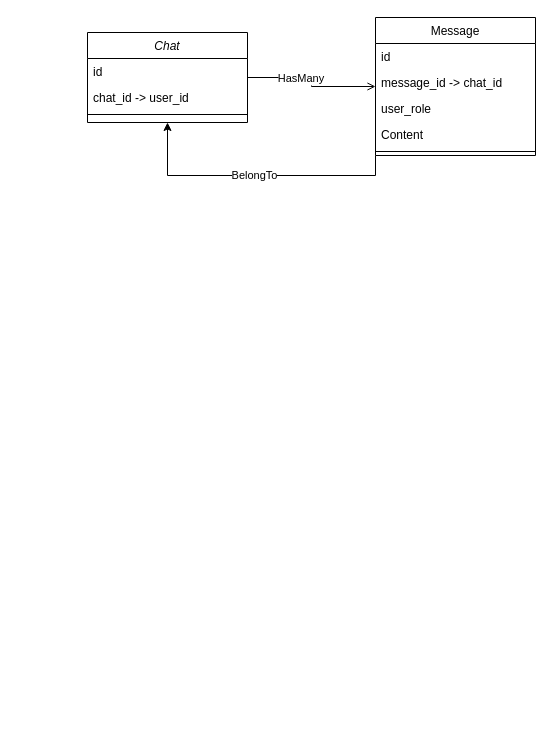
Earlier version of the draw.io diagram Student_door.drawio (Generallisimo/worl_for_student_site). Source tidied: cells renumbered, new cells numbered last; positions are measured from the earlier drawing's top-left corner, leaving out a move shared by most shapes. Both pictures are drawn from the tidied source at 100%, with x=0, y=0 at pixel (87, 17).
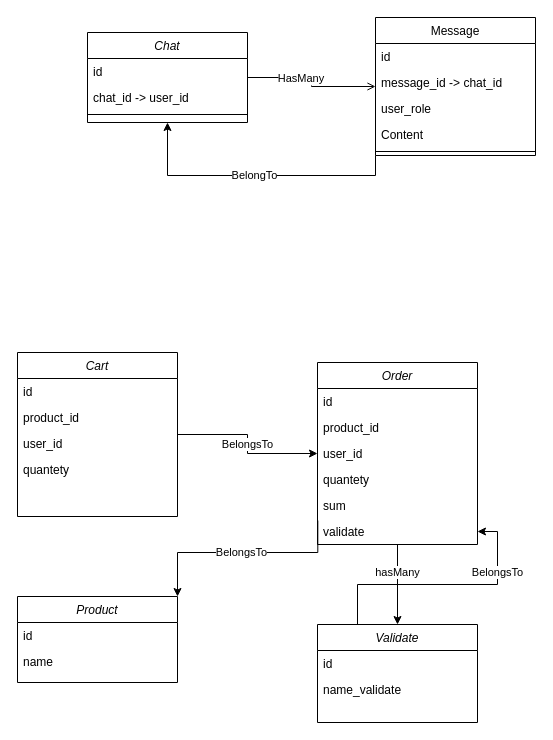
The same diagram, later.

Change to the diagram source:
```diff
@@
+    <mxCell id="16" value="&lt;div&gt;BelongsTo&lt;/div&gt;" style="edgeStyle=orthogonalEdgeStyle;rounded=0;jettySize=auto;html=1;" parent="1" edge="1" source="18" target="24">
+      <mxGeometry relative="1" as="geometry" />
+    </mxCell>
+    <mxCell id="17" value="&lt;div&gt;BelongsTo&lt;/div&gt;" style="edgeStyle=orthogonalEdgeStyle;rounded=0;jettySize=auto;html=1;exitX=0.002;exitY=0.078;exitDx=0;exitDy=0;exitPerimeter=0;" parent="1" edge="1" source="30" target="35">
+      <mxGeometry relative="1" as="geometry">
+        <Array as="points">
+          <mxPoint x="230" y="535" />
+          <mxPoint x="90" y="535" />
+        </Array>
+      </mxGeometry>
+    </mxCell>
+    <mxCell id="18" value="Cart" style="swimlane;fontStyle=2;align=center;verticalAlign=top;horizontal=1;startSize=26;rounded=0;shadow=0;strokeWidth=1;" parent="1" vertex="1">
+      <mxGeometry x="-70" y="335" width="160" height="164" as="geometry" />
+    </mxCell>
+    <mxCell id="19" value="id" style="text;align=left;verticalAlign=top;spacingLeft=4;spacingRight=4;overflow=hidden;" parent="18" vertex="1">
+      <mxGeometry y="26" width="160" height="26" as="geometry" />
+    </mxCell>
+    <mxCell id="20" value="product_id" style="text;align=left;verticalAlign=top;spacingLeft=4;spacingRight=4;overflow=hidden;rounded=0;shadow=0;html=0;" parent="18" vertex="1">
+      <mxGeometry y="52" width="160" height="26" as="geometry" />
+    </mxCell>
+    <mxCell id="21" value="user_id" style="text;align=left;verticalAlign=top;spacingLeft=4;spacingRight=4;overflow=hidden;rounded=0;shadow=0;html=0;" parent="18" vertex="1">
+      <mxGeometry y="78" width="160" height="26" as="geometry" />
+    </mxCell>
+    <mxCell id="22" value="quantety" style="text;align=left;verticalAlign=top;spacingLeft=4;spacingRight=4;overflow=hidden;rounded=0;shadow=0;html=0;" parent="18" vertex="1">
+      <mxGeometry y="104" width="160" height="26" as="geometry" />
+    </mxCell>
+    <mxCell id="23" value="hasMany" style="edgeStyle=orthogonalEdgeStyle;rounded=0;jettySize=auto;html=1;" parent="1" edge="1" source="24" target="32">
+      <mxGeometry x="-0.3" relative="1" as="geometry" />
+    </mxCell>
+    <mxCell id="24" value="Order" style="swimlane;fontStyle=2;align=center;verticalAlign=top;horizontal=1;startSize=26;rounded=0;shadow=0;strokeWidth=1;" parent="1" vertex="1">
+      <mxGeometry x="230" y="345" width="160" height="182" as="geometry" />
+    </mxCell>
+    <mxCell id="25" value="id" style="text;align=left;verticalAlign=top;spacingLeft=4;spacingRight=4;overflow=hidden;" parent="24" vertex="1">
+      <mxGeometry y="26" width="160" height="26" as="geometry" />
+    </mxCell>
+    <mxCell id="26" value="product_id" style="text;align=left;verticalAlign=top;spacingLeft=4;spacingRight=4;overflow=hidden;rounded=0;shadow=0;html=0;" parent="24" vertex="1">
+      <mxGeometry y="52" width="160" height="26" as="geometry" />
+    </mxCell>
+    <mxCell id="27" value="user_id" style="text;align=left;verticalAlign=top;spacingLeft=4;spacingRight=4;overflow=hidden;rounded=0;shadow=0;html=0;" parent="24" vertex="1">
+      <mxGeometry y="78" width="160" height="26" as="geometry" />
+    </mxCell>
+    <mxCell id="28" value="quantety" style="text;align=left;verticalAlign=top;spacingLeft=4;spacingRight=4;overflow=hidden;rounded=0;shadow=0;html=0;" parent="24" vertex="1">
+      <mxGeometry y="104" width="160" height="26" as="geometry" />
+    </mxCell>
+    <mxCell id="29" value="sum" style="text;align=left;verticalAlign=top;spacingLeft=4;spacingRight=4;overflow=hidden;rounded=0;shadow=0;html=0;" parent="24" vertex="1">
+      <mxGeometry y="130" width="160" height="26" as="geometry" />
+    </mxCell>
+    <mxCell id="30" value="validate" style="text;align=left;verticalAlign=top;spacingLeft=4;spacingRight=4;overflow=hidden;points=[[0,0.5],[1,0.5]];portConstraint=eastwest;rounded=0;shadow=0;html=0;" parent="24" vertex="1">
+      <mxGeometry y="156" width="160" height="26" as="geometry" />
+    </mxCell>
+    <mxCell id="31" value="&lt;div&gt;BelongsTo&lt;/div&gt;" style="edgeStyle=orthogonalEdgeStyle;rounded=0;jettySize=auto;html=1;exitX=0.25;exitY=0;exitDx=0;exitDy=0;" parent="1" edge="1" source="32" target="30">
+      <mxGeometry x="0.52" relative="1" as="geometry" />
+    </mxCell>
+    <mxCell id="32" value="Validate" style="swimlane;fontStyle=2;align=center;verticalAlign=top;horizontal=1;startSize=26;rounded=0;shadow=0;strokeWidth=1;" parent="1" vertex="1">
+      <mxGeometry x="230" y="607" width="160" height="98" as="geometry" />
+    </mxCell>
+    <mxCell id="33" value="id" style="text;align=left;verticalAlign=top;spacingLeft=4;spacingRight=4;overflow=hidden;" parent="32" vertex="1">
+      <mxGeometry y="26" width="160" height="26" as="geometry" />
+    </mxCell>
+    <mxCell id="34" value="name_validate" style="text;align=left;verticalAlign=top;spacingLeft=4;spacingRight=4;overflow=hidden;rounded=0;shadow=0;html=0;" parent="32" vertex="1">
+      <mxGeometry y="52" width="160" height="26" as="geometry" />
+    </mxCell>
+    <mxCell id="35" value="Product" style="swimlane;fontStyle=2;align=center;verticalAlign=top;horizontal=1;startSize=26;rounded=0;shadow=0;strokeWidth=1;" parent="1" vertex="1">
+      <mxGeometry x="-70" y="579" width="160" height="86" as="geometry" />
+    </mxCell>
+    <mxCell id="36" value="id" style="text;align=left;verticalAlign=top;spacingLeft=4;spacingRight=4;overflow=hidden;" parent="35" vertex="1">
+      <mxGeometry y="26" width="160" height="26" as="geometry" />
+    </mxCell>
+    <mxCell id="37" value="name" style="text;align=left;verticalAlign=top;spacingLeft=4;spacingRight=4;overflow=hidden;rounded=0;shadow=0;html=0;" parent="35" vertex="1">
+      <mxGeometry y="52" width="160" height="26" as="geometry" />
+    </mxCell>
```
